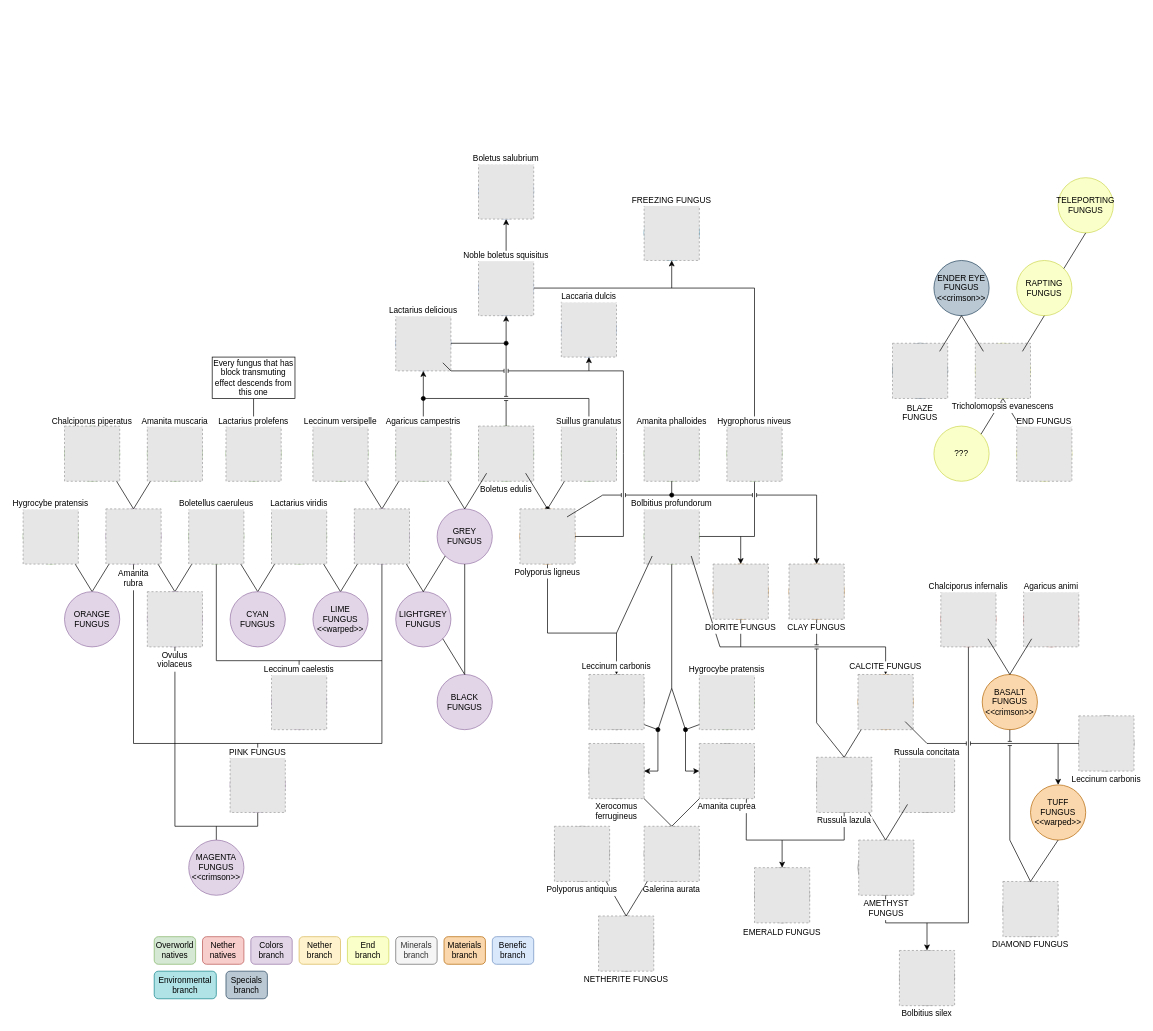
The draw.io diagram src/main/resources/data/mycologymod/mutations/mutations-diagram.drawio in SimoMett/MycologyMC, before the edit. Source tidied: cells renumbered, new cells numbered last; positions are measured from the earlier drawing's top-left corner, leaving out a move shared by most shapes. Both pictures are drawn from the tidied source at 69%, with x=0, y=0 at pixel (23, 164). Pictures stored in the file or linked from it are replaced by grey dashed boxes.
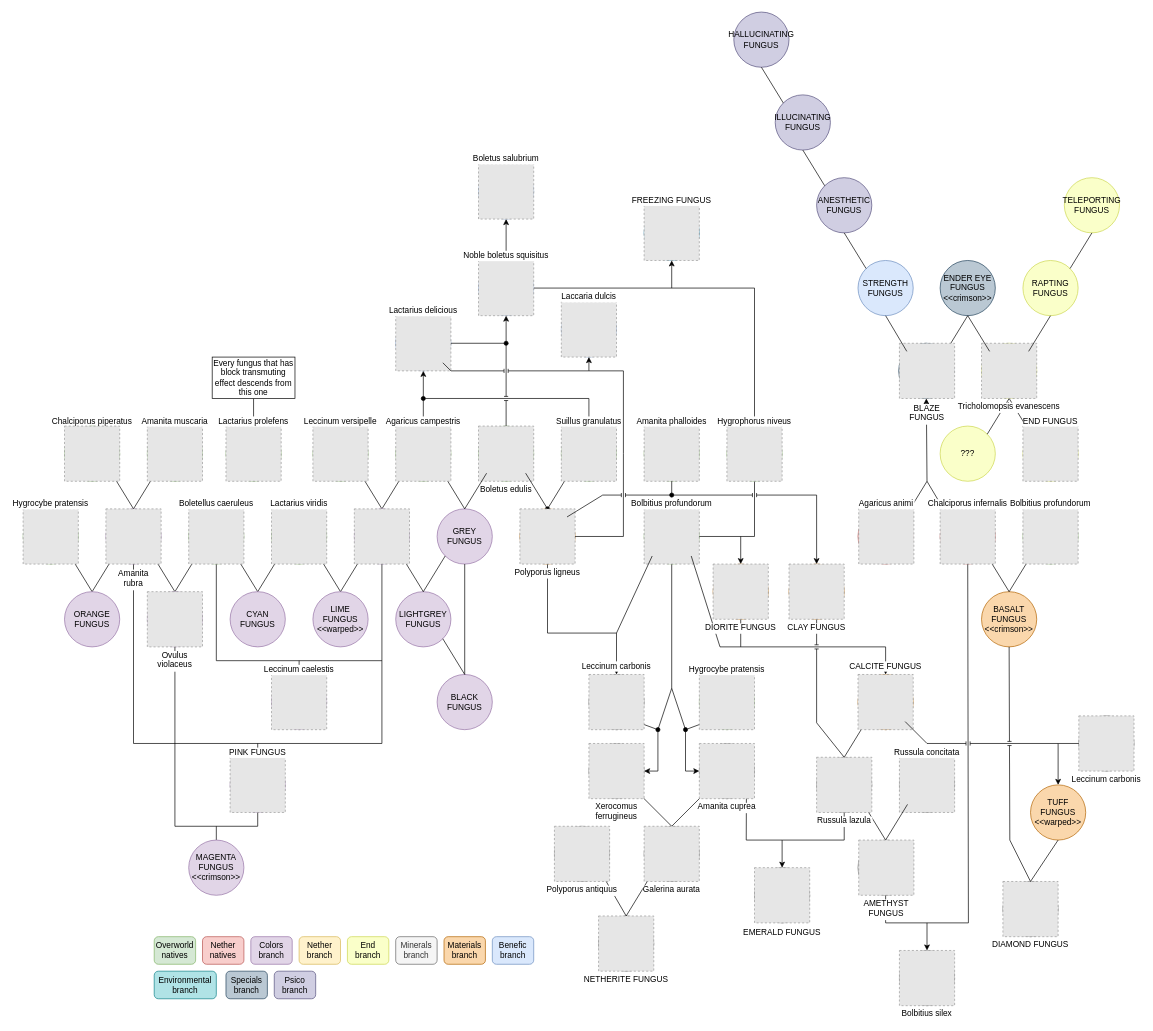
Above is the later version.

Commit message (it also covers changes not shown here):
More mutations and species

What changed in the source:
```diff
@@
     <mxCell id="2" style="ellipse;whiteSpace=wrap;html=1;rounded=1;align=center;verticalAlign=middle;fontFamily=Helvetica;fontSize=12;fillColor=#bac8d3;strokeColor=#23445d;" parent="1" vertex="1">
-      <mxGeometry x="1260" y="260" width="80" height="80" as="geometry" />
+      <mxGeometry x="1269" y="260" width="80" height="80" as="geometry" />
     </mxCell>
@@
     <mxCell id="61" style="ellipse;whiteSpace=wrap;html=1;fillColor=#f8cecc;strokeColor=#b85450;" parent="1" vertex="1">
-      <mxGeometry x="1330" y="620" width="80" height="80" as="geometry" />
+      <mxGeometry x="1329" y="500" width="80" height="80" as="geometry" />
     </mxCell>
@@
     <mxCell id="63" style="ellipse;whiteSpace=wrap;html=1;fillColor=#f8cecc;strokeColor=#b85450;" parent="1" vertex="1">
-      <mxGeometry x="1450" y="620" width="80" height="80" as="geometry" />
+      <mxGeometry x="1210" y="500" width="80" height="80" as="geometry" />
     </mxCell>
@@
-    <mxCell id="88" value="Agaricus animi" style="fillColor=#E6E6E6;strokeColor=#999999;dashed=1;verticalLabelPosition=top;labelBackgroundColor=default;verticalAlign=bottom;spacing=0;labelPosition=center;align=center;" parent="1" vertex="1">
-      <mxGeometry x="1450" y="620" width="80" height="80" as="geometry" />
-    </mxCell>
@@
-    <mxCell id="140" value="Chalciporus infernalis" style="fillColor=#E6E6E6;strokeColor=#999999;dashed=1;verticalLabelPosition=top;labelBackgroundColor=default;verticalAlign=bottom;spacing=0;labelPosition=center;align=center;" parent="1" vertex="1">
-      <mxGeometry x="1330" y="620" width="80" height="80" as="geometry" />
-    </mxCell>
     <mxCell id="141" value="BASALT&lt;div&gt;FUNGUS&lt;/div&gt;&lt;div&gt;&amp;lt;&amp;lt;crimson&amp;gt;&amp;gt;&lt;/div&gt;" style="ellipse;whiteSpace=wrap;html=1;fillColor=#fad7ac;strokeColor=#b46504;" parent="1" vertex="1">
-      <mxGeometry x="1390" y="740" width="80" height="80" as="geometry" />
+      <mxGeometry x="1389" y="620" width="80" height="80" as="geometry" />
     </mxCell>
@@
     <mxCell id="174" style="ellipse;whiteSpace=wrap;html=1;rounded=1;strokeColor=#CDD64F;align=center;verticalAlign=middle;fontFamily=Helvetica;fontSize=12;fontColor=default;fillColor=#FAFFC9;" parent="1" vertex="1">
-      <mxGeometry x="1440" y="380" width="80" height="80" as="geometry" />
+      <mxGeometry x="1449" y="380" width="80" height="80" as="geometry" />
     </mxCell>
@@
-    <mxCell id="181" style="endArrow=none;html=1;rounded=0;entryX=0;entryY=1;entryDx=0;entryDy=0;exitX=0.5;exitY=0;exitDx=0;exitDy=0;" parent="1" edge="1" source="141" target="63">
+    <mxCell id="181" style="endArrow=none;html=1;rounded=0;exitX=0.5;exitY=0;exitDx=0;exitDy=0;entryX=0;entryY=1;entryDx=0;entryDy=0;" parent="1" edge="1" source="141" target="200">
       <mxGeometry relative="1" as="geometry" />
     </mxCell>
@@
     <mxCell id="185" style="ellipse;whiteSpace=wrap;html=1;rounded=1;strokeColor=#CDD64F;align=center;verticalAlign=middle;fontFamily=Helvetica;fontSize=12;fontColor=default;fillColor=#FAFFC9;" parent="1" vertex="1">
-      <mxGeometry x="1380" y="260" width="80" height="80" as="geometry" />
+      <mxGeometry x="1389" y="260" width="80" height="80" as="geometry" />
     </mxCell>
@@
     <mxCell id="187" value="END FUNGUS" style="fillColor=#E6E6E6;strokeColor=#999999;dashed=1;verticalLabelPosition=top;labelBackgroundColor=default;verticalAlign=bottom;spacing=0;labelPosition=center;align=center;" parent="1" vertex="1">
-      <mxGeometry x="1440" y="380" width="80" height="80" as="geometry" />
+      <mxGeometry x="1449" y="380" width="80" height="80" as="geometry" />
     </mxCell>
     <mxCell id="188" value="???" style="ellipse;whiteSpace=wrap;html=1;rounded=1;strokeColor=#CDD64F;align=center;verticalAlign=middle;fontFamily=Helvetica;fontSize=12;fontColor=default;fillColor=#FAFFC9;" parent="1" vertex="1">
-      <mxGeometry x="1320" y="380" width="80" height="80" as="geometry" />
+      <mxGeometry x="1329" y="380" width="80" height="80" as="geometry" />
     </mxCell>
@@
-    <mxCell id="190" value="BLAZE&#10;FUNGUS" style="fillColor=#E6E6E6;strokeColor=#999999;dashed=1;verticalLabelPosition=bottom;labelBackgroundColor=default;verticalAlign=top;" parent="1" vertex="1">
-      <mxGeometry x="1260" y="260" width="80" height="80" as="geometry" />
-    </mxCell>
@@
     <mxCell id="192" value="Tricholomopsis evanescens" style="fillColor=#E6E6E6;strokeColor=#999999;dashed=1;verticalLabelPosition=bottom;labelBackgroundColor=default;verticalAlign=top;spacing=0;labelPosition=center;align=center;" parent="1" vertex="1">
-      <mxGeometry x="1380" y="260" width="80" height="80" as="geometry" />
+      <mxGeometry x="1389" y="260" width="80" height="80" as="geometry" />
     </mxCell>
     <mxCell id="193" value="ENDER EYE FUNGUS&lt;div&gt;&amp;lt;&amp;lt;crimson&amp;gt;&amp;gt;&lt;/div&gt;" style="ellipse;whiteSpace=wrap;html=1;rounded=1;align=center;verticalAlign=middle;fontFamily=Helvetica;fontSize=12;fillColor=#bac8d3;strokeColor=#23445d;" parent="1" vertex="1">
-      <mxGeometry x="1320" y="140" width="80" height="80" as="geometry" />
+      <mxGeometry x="1329" y="140" width="80" height="80" as="geometry" />
     </mxCell>
@@
     <mxCell id="196" value="RAPTING&lt;div&gt;FUNGUS&lt;/div&gt;" style="ellipse;whiteSpace=wrap;html=1;rounded=1;strokeColor=#CDD64F;align=center;verticalAlign=middle;fontFamily=Helvetica;fontSize=12;fontColor=default;fillColor=#FAFFC9;" parent="1" vertex="1">
-      <mxGeometry x="1440" y="140" width="80" height="80" as="geometry" />
+      <mxGeometry x="1449" y="140" width="80" height="80" as="geometry" />
     </mxCell>
@@
     <mxCell id="198" value="TELEPORTING&lt;div&gt;FUNGUS&lt;/div&gt;" style="ellipse;whiteSpace=wrap;html=1;rounded=1;strokeColor=#CDD64F;align=center;verticalAlign=middle;fontFamily=Helvetica;fontSize=12;fontColor=default;fillColor=#FAFFC9;" parent="1" vertex="1">
-      <mxGeometry x="1500" y="20" width="80" height="80" as="geometry" />
+      <mxGeometry x="1509" y="20" width="80" height="80" as="geometry" />
     </mxCell>
@@
+    <mxCell id="200" style="ellipse;whiteSpace=wrap;html=1;fillColor=#d5e8d4;strokeColor=#82b366;" parent="1" vertex="1">
+      <mxGeometry x="1449" y="500" width="80" height="80" as="geometry" />
+    </mxCell>
+    <mxCell id="201" value="Bolbitius profundorum" style="fillColor=#E6E6E6;strokeColor=#999999;dashed=1;verticalLabelPosition=top;labelBackgroundColor=default;verticalAlign=bottom;spacing=0;labelPosition=center;align=center;" parent="1" vertex="1">
+      <mxGeometry x="1449" y="500" width="80" height="80" as="geometry" />
+    </mxCell>
+    <mxCell id="202" style="endArrow=none;html=1;rounded=0;exitX=1;exitY=0;exitDx=0;exitDy=0;" parent="1" edge="1" source="63">
+      <mxGeometry relative="1" as="geometry">
+        <mxPoint x="1310" y="460" as="targetPoint" />
+      </mxGeometry>
+    </mxCell>
+    <mxCell id="203" style="endArrow=none;html=1;rounded=0;exitX=0;exitY=0;exitDx=0;exitDy=0;" parent="1" edge="1" source="61">
+      <mxGeometry relative="1" as="geometry">
+        <mxPoint x="1310" y="460" as="targetPoint" />
+      </mxGeometry>
+    </mxCell>
+    <mxCell id="140" value="Chalciporus infernalis" style="fillColor=#E6E6E6;strokeColor=#999999;dashed=1;verticalLabelPosition=top;labelBackgroundColor=default;verticalAlign=bottom;spacing=0;labelPosition=center;align=center;" parent="1" vertex="1">
+      <mxGeometry x="1329" y="500" width="80" height="80" as="geometry" />
+    </mxCell>
+    <mxCell id="88" value="Agaricus animi" style="fillColor=#E6E6E6;strokeColor=#999999;dashed=1;verticalLabelPosition=top;labelBackgroundColor=default;verticalAlign=bottom;spacing=0;labelPosition=center;align=center;" parent="1" vertex="1">
+      <mxGeometry x="1211" y="500" width="80" height="80" as="geometry" />
+    </mxCell>
+    <mxCell id="204" style="endArrow=classic;html=1;rounded=0;entryX=0.5;entryY=1;entryDx=0;entryDy=0;" parent="1" edge="1" target="2">
+      <mxGeometry relative="1" as="geometry">
+        <mxPoint x="1310" y="460" as="sourcePoint" />
+      </mxGeometry>
+    </mxCell>
+    <mxCell id="190" value="BLAZE&#10;FUNGUS" style="fillColor=#E6E6E6;strokeColor=#999999;dashed=1;verticalLabelPosition=bottom;labelBackgroundColor=default;verticalAlign=top;" parent="1" vertex="1">
+      <mxGeometry x="1270" y="260" width="80" height="80" as="geometry" />
+    </mxCell>
+    <mxCell id="205" value="STRENGTH&lt;div&gt;FUNGUS&lt;/div&gt;" style="ellipse;whiteSpace=wrap;html=1;fillColor=#dae8fc;strokeColor=#6c8ebf;" parent="1" vertex="1">
+      <mxGeometry x="1210" y="140" width="80" height="80" as="geometry" />
+    </mxCell>
+    <mxCell id="206" style="endArrow=none;html=1;rounded=0;entryX=0;entryY=0;entryDx=0;entryDy=0;exitX=0.5;exitY=1;exitDx=0;exitDy=0;" parent="1" edge="1" source="205" target="2">
+      <mxGeometry relative="1" as="geometry" />
+    </mxCell>
+    <mxCell id="207" value="&lt;span style=&quot;background-color: initial;&quot;&gt;ANESTHETIC&lt;/span&gt;&lt;div&gt;&lt;span style=&quot;background-color: initial;&quot;&gt;FUNGUS&lt;/span&gt;&lt;/div&gt;" style="ellipse;whiteSpace=wrap;html=1;fillColor=#d0cee2;strokeColor=#56517e;" parent="1" vertex="1">
+      <mxGeometry x="1150" y="20" width="80" height="80" as="geometry" />
+    </mxCell>
+    <mxCell id="208" style="endArrow=none;html=1;rounded=0;entryX=0.5;entryY=1;entryDx=0;entryDy=0;exitX=0;exitY=0;exitDx=0;exitDy=0;" parent="1" edge="1" source="205" target="207">
+      <mxGeometry relative="1" as="geometry" />
+    </mxCell>
+    <mxCell id="209" value="&lt;span style=&quot;background-color: initial;&quot;&gt;ILLUCINATING&lt;/span&gt;&lt;div&gt;&lt;span style=&quot;background-color: initial;&quot;&gt;FUNGUS&lt;/span&gt;&lt;/div&gt;" style="ellipse;whiteSpace=wrap;html=1;fillColor=#d0cee2;strokeColor=#56517e;" parent="1" vertex="1">
+      <mxGeometry x="1090" y="-100" width="80" height="80" as="geometry" />
+    </mxCell>
+    <mxCell id="210" value="HALLUCINATING&lt;div&gt;&lt;div&gt;&lt;span style=&quot;background-color: initial;&quot;&gt;FUNGUS&lt;/span&gt;&lt;/div&gt;&lt;/div&gt;" style="ellipse;whiteSpace=wrap;html=1;fillColor=#d0cee2;strokeColor=#56517e;" parent="1" vertex="1">
+      <mxGeometry x="1030" y="-220" width="80" height="80" as="geometry" />
+    </mxCell>
+    <mxCell id="211" style="endArrow=none;html=1;rounded=0;entryX=0.5;entryY=1;entryDx=0;entryDy=0;exitX=0;exitY=0;exitDx=0;exitDy=0;" parent="1" edge="1" source="207" target="209">
+      <mxGeometry relative="1" as="geometry" />
+    </mxCell>
+    <mxCell id="212" style="endArrow=none;html=1;rounded=0;entryX=0.5;entryY=1;entryDx=0;entryDy=0;exitX=0;exitY=0;exitDx=0;exitDy=0;" parent="1" edge="1" source="209" target="210">
+      <mxGeometry relative="1" as="geometry" />
+    </mxCell>
+    <mxCell id="213" value="&lt;span style=&quot;background-color: initial;&quot;&gt;Psico branch&lt;/span&gt;" style="rounded=1;whiteSpace=wrap;html=1;fillColor=#d0cee2;strokeColor=#56517e;" parent="1" vertex="1">
+      <mxGeometry x="364" y="1170" width="60" height="40" as="geometry" />
+    </mxCell>
```
